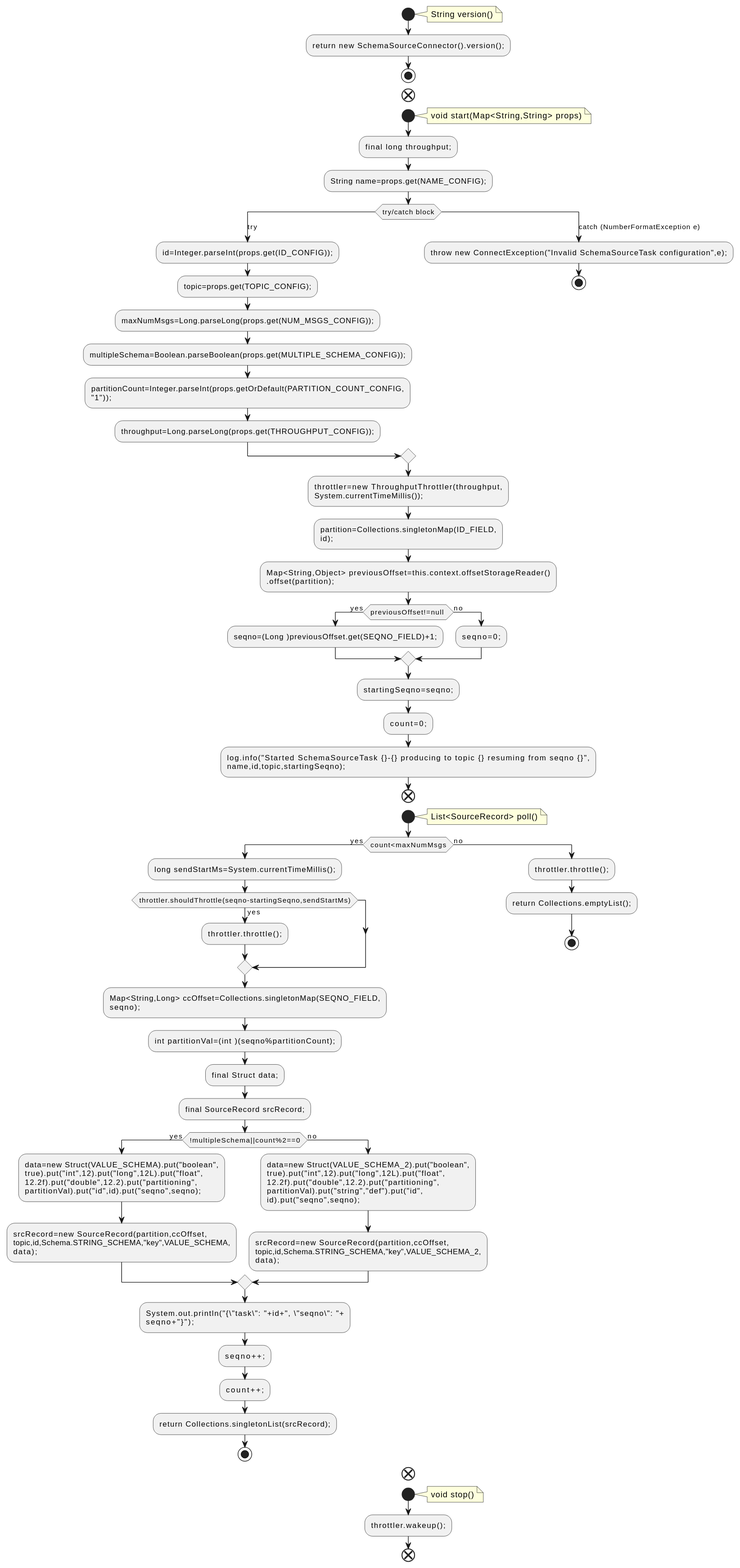
Above: docs/qc/connect/runtime/src/main/java/org/apache/kafka/connect/tools/SchemaSourceTask.java.fct.svg in qualitesys/kafka (PlantUML), before the change.
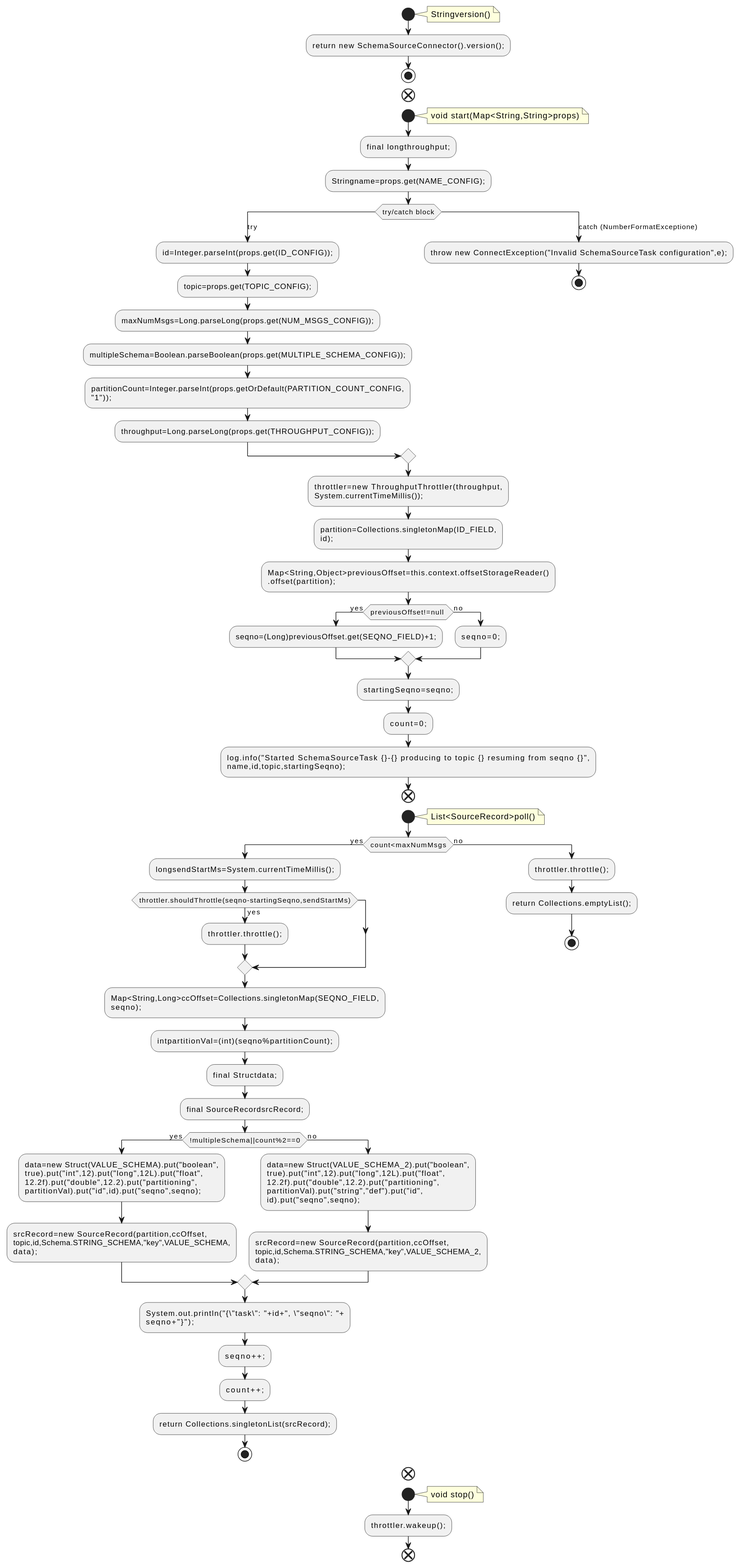
Above is the later version.

Change to the diagram source:
```diff
@@ -2,17 +2,17 @@
 !pragma layout smetana
 start
 note right
-String version()
+Stringversion()
 end note
 :return new SchemaSourceConnector().version();;
 stop
 end
 start
 note right
-void start(Map<String,String> props)
+void start(Map<String,String>props)
 end note
-:final long throughput;;
-:String name=props.get(NAME_CONFIG);;
+:final longthroughput;;
+:Stringname=props.get(NAME_CONFIG);;
 switch (try/catch block)
 case (try)
 :id=Integer.parseInt(props.get(ID_CONFIG));;
@@ -22,7 +22,7 @@
 :partitionCount=Integer.parseInt(props.getOrDefault(PARTITION_COUNT_CONFIG,
 "1"));;
 :throughput=Long.parseLong(props.get(THROUGHPUT_CONFIG));;
-case (catch (NumberFormatException e))
+case (catch (NumberFormatExceptione))
 :throw new ConnectException("Invalid SchemaSourceTask configuration",e);;
 stop
 endswitch
@@ -30,10 +30,10 @@
 System.currentTimeMillis());;
 :partition=Collections.singletonMap(ID_FIELD,
 id);;
-:Map<String,Object> previousOffset=this.context.offsetStorageReader()
+:Map<String,Object>previousOffset=this.context.offsetStorageReader()
 .offset(partition);;
 if (previousOffset!=null ) then (yes)
-:seqno=(Long )previousOffset.get(SEQNO_FIELD)+1;;
+:seqno=(Long)previousOffset.get(SEQNO_FIELD)+1;;
 else (no)
 :seqno=0;;
 endif
@@ -44,18 +44,18 @@
 end
 start
 note right
-List<SourceRecord> poll()
+List<SourceRecord>poll()
 end note
 if (count<maxNumMsgs) then (yes)
-:long sendStartMs=System.currentTimeMillis();;
+:longsendStartMs=System.currentTimeMillis();;
 if (throttler.shouldThrottle(seqno-startingSeqno,sendStartMs)) then (yes)
 :throttler.throttle();;
 endif
-:Map<String,Long> ccOffset=Collections.singletonMap(SEQNO_FIELD,
+:Map<String,Long>ccOffset=Collections.singletonMap(SEQNO_FIELD,
 seqno);;
-:int partitionVal=(int )(seqno%partitionCount);;
-:final Struct data;;
-:final SourceRecord srcRecord;;
+:intpartitionVal=(int)(seqno%partitionCount);;
+:final Structdata;;
+:final SourceRecordsrcRecord;;
 if (!multipleSchema||count%2==0) then (yes)
 :data=new Struct(VALUE_SCHEMA).put("boolean",
 true).put("int",12).put("long",12L).put("float",
```
